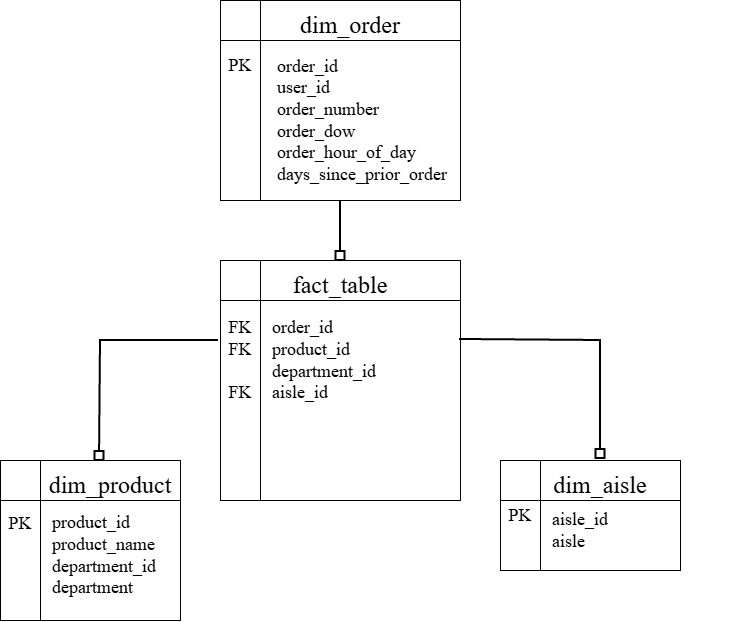
razzelleb/instacart-pipeline keeps this draw.io diagram as star_schema_drawio.png. Above is the earlier version. Source tidied: cells renumbered, new cells last; positions are measured from the earlier drawing's top-left corner, leaving out a move shared by most shapes. The source it was exported from:
```xml
<mxGraphModel>
  <root>
    <mxCell id="0" />
    <mxCell id="1" parent="0" />
    <mxCell id="2" style="shape=internalStorage;whiteSpace=wrap;html=1;backgroundOutline=1;dx=40;dy=40;" parent="1" vertex="1">
      <mxGeometry x="220" y="260" width="240" height="240" as="geometry" />
    </mxCell>
    <mxCell id="3" value="&lt;font style=&quot;font-size: 18px;&quot; face=&quot;Times New Roman&quot;&gt;order_id&lt;/font&gt;&lt;div&gt;&lt;font face=&quot;Times New Roman&quot; style=&quot;font-size: 18px;&quot;&gt;product_id&lt;/font&gt;&lt;/div&gt;&lt;div&gt;&lt;font face=&quot;Times New Roman&quot; style=&quot;font-size: 18px;&quot;&gt;department_id&lt;/font&gt;&lt;/div&gt;&lt;div&gt;&lt;font face=&quot;Times New Roman&quot; style=&quot;font-size: 18px;&quot;&gt;aisle_id&lt;/font&gt;&lt;/div&gt;" style="text;html=1;whiteSpace=wrap;strokeColor=none;fillColor=none;align=left;verticalAlign=middle;rounded=0;" parent="1" vertex="1">
      <mxGeometry x="270" y="310" width="180" height="100" as="geometry" />
    </mxCell>
    <mxCell id="4" style="shape=internalStorage;whiteSpace=wrap;html=1;backgroundOutline=1;dx=40;dy=40;" parent="1" vertex="1">
      <mxGeometry y="460" width="180" height="160" as="geometry" />
    </mxCell>
    <mxCell id="5" value="&lt;div&gt;&lt;font face=&quot;Times New Roman&quot; style=&quot;font-size: 18px;&quot;&gt;product_id&lt;/font&gt;&lt;/div&gt;&lt;div&gt;&lt;font face=&quot;Times New Roman&quot;&gt;&lt;span style=&quot;font-size: 18px;&quot;&gt;product_name&lt;/span&gt;&lt;/font&gt;&lt;/div&gt;&lt;div&gt;&lt;font face=&quot;Times New Roman&quot; style=&quot;font-size: 18px;&quot;&gt;department_id&lt;/font&gt;&lt;/div&gt;&lt;div&gt;&lt;font face=&quot;Times New Roman&quot; style=&quot;font-size: 18px;&quot;&gt;department&lt;/font&gt;&lt;/div&gt;" style="text;html=1;whiteSpace=wrap;strokeColor=none;fillColor=none;align=left;verticalAlign=middle;rounded=0;" parent="1" vertex="1">
      <mxGeometry x="50" y="510" width="180" height="90" as="geometry" />
    </mxCell>
    <mxCell id="6" style="rounded=0;jettySize=auto;html=1;exitX=0.5;exitY=1;exitDx=0;exitDy=0;entryX=0.5;entryY=0;entryDx=0;entryDy=0;strokeColor=default;shape=filledEdge;endArrow=box;endFill=0;strokeWidth=2;" parent="1" edge="1" source="7" target="2">
      <mxGeometry relative="1" as="geometry" />
    </mxCell>
    <mxCell id="7" style="shape=internalStorage;whiteSpace=wrap;html=1;backgroundOutline=1;dx=40;dy=40;" parent="1" vertex="1">
      <mxGeometry x="220" width="240" height="200" as="geometry" />
    </mxCell>
    <mxCell id="8" value="&lt;div&gt;&lt;font face=&quot;Times New Roman&quot;&gt;&lt;span style=&quot;font-size: 18px;&quot;&gt;order_id&lt;/span&gt;&lt;/font&gt;&lt;/div&gt;&lt;font face=&quot;Times New Roman&quot;&gt;&lt;span style=&quot;font-size: 18px;&quot;&gt;user_id&lt;/span&gt;&lt;/font&gt;&lt;br&gt;&lt;div&gt;&lt;font face=&quot;Times New Roman&quot;&gt;&lt;span style=&quot;font-size: 18px;&quot;&gt;order_number&lt;/span&gt;&lt;/font&gt;&lt;/div&gt;&lt;div&gt;&lt;font face=&quot;Times New Roman&quot;&gt;&lt;span style=&quot;font-size: 18px;&quot;&gt;order_dow&lt;/span&gt;&lt;/font&gt;&lt;/div&gt;&lt;div&gt;&lt;font face=&quot;Times New Roman&quot;&gt;&lt;span style=&quot;font-size: 18px;&quot;&gt;order_hour_of_day&lt;/span&gt;&lt;/font&gt;&lt;/div&gt;&lt;div&gt;&lt;font face=&quot;Times New Roman&quot;&gt;&lt;span style=&quot;font-size: 18px;&quot;&gt;days_since_prior_order&lt;/span&gt;&lt;/font&gt;&lt;/div&gt;" style="text;html=1;whiteSpace=wrap;strokeColor=none;fillColor=none;align=left;verticalAlign=middle;rounded=0;" parent="1" vertex="1">
      <mxGeometry x="275" y="50" width="180" height="140" as="geometry" />
    </mxCell>
    <mxCell id="9" style="shape=internalStorage;whiteSpace=wrap;html=1;backgroundOutline=1;dx=40;dy=40;" parent="1" vertex="1">
      <mxGeometry x="500" y="460" width="180" height="110" as="geometry" />
    </mxCell>
    <mxCell id="10" value="&lt;font style=&quot;font-size: 18px;&quot; face=&quot;Times New Roman&quot;&gt;aisle_id&lt;/font&gt;&lt;div&gt;&lt;span style=&quot;font-size: 18px; font-family: &amp;quot;Times New Roman&amp;quot;; background-color: transparent; color: light-dark(rgb(0, 0, 0), rgb(255, 255, 255));&quot;&gt;aisle&lt;/span&gt;&lt;/div&gt;" style="text;html=1;whiteSpace=wrap;strokeColor=none;fillColor=none;align=left;verticalAlign=middle;rounded=0;" parent="1" vertex="1">
      <mxGeometry x="550" y="500" width="180" height="60" as="geometry" />
    </mxCell>
    <mxCell id="11" style="rounded=0;jettySize=auto;html=1;exitX=0.996;exitY=0.329;exitDx=0;exitDy=0;strokeColor=default;shape=filledEdge;endArrow=box;endFill=0;strokeWidth=2;exitPerimeter=0;" parent="1" edge="1" source="2">
      <mxGeometry relative="1" as="geometry">
        <mxPoint x="600.1" y="458" as="targetPoint" />
        <Array as="points">
          <mxPoint x="600" y="340" />
        </Array>
      </mxGeometry>
    </mxCell>
    <mxCell id="12" style="rounded=0;jettySize=auto;html=1;exitX=-0.008;exitY=0.333;exitDx=0;exitDy=0;strokeColor=default;shape=filledEdge;endArrow=box;endFill=0;strokeWidth=2;entryX=0.55;entryY=0;entryDx=0;entryDy=0;entryPerimeter=0;exitPerimeter=0;" parent="1" edge="1" source="2" target="4">
      <mxGeometry relative="1" as="geometry">
        <Array as="points">
          <mxPoint x="100" y="340" />
        </Array>
      </mxGeometry>
    </mxCell>
    <mxCell id="13" value="&lt;font face=&quot;Times New Roman&quot; style=&quot;font-size: 24px;&quot;&gt;fact_table&lt;/font&gt;" style="text;html=1;whiteSpace=wrap;strokeColor=none;fillColor=none;align=center;verticalAlign=middle;rounded=0;" parent="1" vertex="1">
      <mxGeometry x="310" y="270" width="60" height="30" as="geometry" />
    </mxCell>
    <mxCell id="14" value="&lt;font face=&quot;Times New Roman&quot; style=&quot;font-size: 24px;&quot;&gt;dim_product&lt;/font&gt;" style="text;html=1;whiteSpace=wrap;strokeColor=none;fillColor=none;align=center;verticalAlign=middle;rounded=0;" parent="1" vertex="1">
      <mxGeometry x="80" y="470" width="60" height="30" as="geometry" />
    </mxCell>
    <mxCell id="15" value="&lt;font face=&quot;Times New Roman&quot; style=&quot;font-size: 24px;&quot;&gt;dim_aisle&lt;/font&gt;" style="text;html=1;whiteSpace=wrap;strokeColor=none;fillColor=none;align=center;verticalAlign=middle;rounded=0;" parent="1" vertex="1">
      <mxGeometry x="570" y="470" width="60" height="30" as="geometry" />
    </mxCell>
    <mxCell id="16" value="&lt;font face=&quot;Times New Roman&quot; style=&quot;font-size: 24px;&quot;&gt;dim_order&lt;/font&gt;" style="text;html=1;whiteSpace=wrap;strokeColor=none;fillColor=none;align=center;verticalAlign=middle;rounded=0;" parent="1" vertex="1">
      <mxGeometry x="320" y="10" width="60" height="30" as="geometry" />
    </mxCell>
    <mxCell id="17" value="&lt;font face=&quot;Times New Roman&quot;&gt;&lt;span style=&quot;font-size: 18px;&quot;&gt;FK&lt;/span&gt;&lt;/font&gt;&lt;div&gt;&lt;font face=&quot;Times New Roman&quot;&gt;&lt;span style=&quot;font-size: 18px;&quot;&gt;FK&lt;/span&gt;&lt;/font&gt;&lt;/div&gt;&lt;div&gt;&lt;font face=&quot;Times New Roman&quot;&gt;&lt;span style=&quot;font-size: 18px;&quot;&gt;&lt;br&gt;&lt;/span&gt;&lt;/font&gt;&lt;/div&gt;&lt;div&gt;&lt;font face=&quot;Times New Roman&quot;&gt;&lt;span style=&quot;font-size: 18px;&quot;&gt;FK&lt;/span&gt;&lt;/font&gt;&lt;/div&gt;" style="text;html=1;whiteSpace=wrap;strokeColor=none;fillColor=none;align=center;verticalAlign=middle;rounded=0;" parent="1" vertex="1">
      <mxGeometry x="220" y="310" width="40" height="100" as="geometry" />
    </mxCell>
    <mxCell id="18" value="&lt;font face=&quot;Times New Roman&quot; style=&quot;font-size: 18px;&quot;&gt;PK&lt;/font&gt;" style="text;html=1;whiteSpace=wrap;strokeColor=none;fillColor=none;align=center;verticalAlign=middle;rounded=0;" parent="1" vertex="1">
      <mxGeometry y="508" width="40" height="30" as="geometry" />
    </mxCell>
    <mxCell id="19" style="edgeStyle=orthogonalEdgeStyle;rounded=0;orthogonalLoop=1;jettySize=auto;html=1;innerLoopWaypoints=1;exitX=0.5;exitY=1;exitDx=0;exitDy=0;" parent="1" edge="1" source="17" target="17">
      <mxGeometry relative="1" as="geometry" />
    </mxCell>
    <mxCell id="20" value="&lt;font face=&quot;Times New Roman&quot; style=&quot;font-size: 18px;&quot;&gt;PK&lt;/font&gt;" style="text;html=1;whiteSpace=wrap;strokeColor=none;fillColor=none;align=center;verticalAlign=middle;rounded=0;" parent="1" vertex="1">
      <mxGeometry x="220" y="50" width="40" height="30" as="geometry" />
    </mxCell>
    <mxCell id="21" value="&lt;font face=&quot;Times New Roman&quot; style=&quot;font-size: 18px;&quot;&gt;PK&lt;/font&gt;" style="text;html=1;whiteSpace=wrap;strokeColor=none;fillColor=none;align=center;verticalAlign=middle;rounded=0;" parent="1" vertex="1">
      <mxGeometry x="500" y="500" width="40" height="30" as="geometry" />
    </mxCell>
  </root>
</mxGraphModel>
```
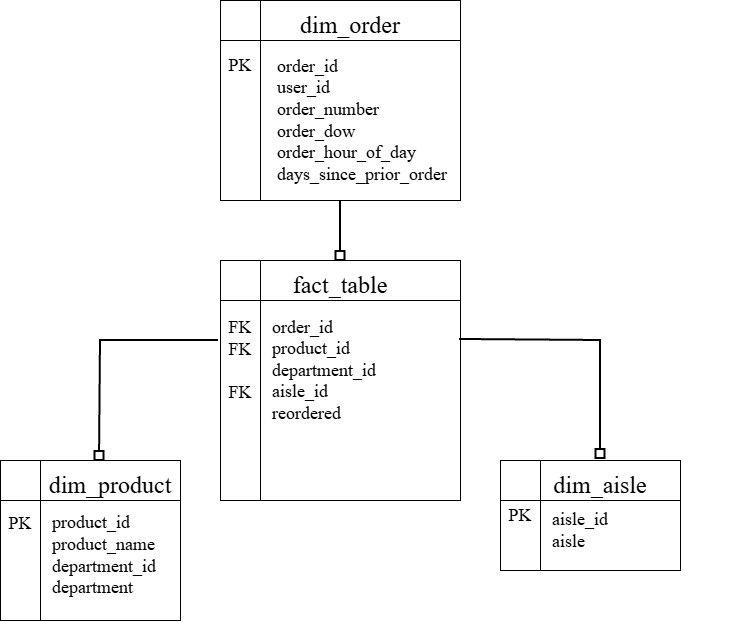
After the change.

Commit message:
Updated Star Schema

Updated Fact Table to align with the revisions

Diff of the diagram source:
```diff
@@ -5,8 +5,8 @@
     <mxCell id="2" style="shape=internalStorage;whiteSpace=wrap;html=1;backgroundOutline=1;dx=40;dy=40;" parent="1" vertex="1">
       <mxGeometry x="220" y="260" width="240" height="240" as="geometry" />
     </mxCell>
-    <mxCell id="3" value="&lt;font style=&quot;font-size: 18px;&quot; face=&quot;Times New Roman&quot;&gt;order_id&lt;/font&gt;&lt;div&gt;&lt;font face=&quot;Times New Roman&quot; style=&quot;font-size: 18px;&quot;&gt;product_id&lt;/font&gt;&lt;/div&gt;&lt;div&gt;&lt;font face=&quot;Times New Roman&quot; style=&quot;font-size: 18px;&quot;&gt;department_id&lt;/font&gt;&lt;/div&gt;&lt;div&gt;&lt;font face=&quot;Times New Roman&quot; style=&quot;font-size: 18px;&quot;&gt;aisle_id&lt;/font&gt;&lt;/div&gt;" style="text;html=1;whiteSpace=wrap;strokeColor=none;fillColor=none;align=left;verticalAlign=middle;rounded=0;" parent="1" vertex="1">
-      <mxGeometry x="270" y="310" width="180" height="100" as="geometry" />
+    <mxCell id="3" value="&lt;font style=&quot;font-size: 18px;&quot; face=&quot;Times New Roman&quot;&gt;order_id&lt;/font&gt;&lt;div&gt;&lt;font face=&quot;Times New Roman&quot; style=&quot;font-size: 18px;&quot;&gt;product_id&lt;/font&gt;&lt;/div&gt;&lt;div&gt;&lt;font face=&quot;Times New Roman&quot; style=&quot;font-size: 18px;&quot;&gt;department_id&lt;/font&gt;&lt;/div&gt;&lt;div&gt;&lt;font face=&quot;Times New Roman&quot; style=&quot;font-size: 18px;&quot;&gt;aisle_id&lt;/font&gt;&lt;/div&gt;&lt;div&gt;&lt;font face=&quot;Times New Roman&quot; style=&quot;font-size: 18px;&quot;&gt;reordered&lt;/font&gt;&lt;/div&gt;" style="text;html=1;whiteSpace=wrap;strokeColor=none;fillColor=none;align=left;verticalAlign=middle;rounded=0;" parent="1" vertex="1">
+      <mxGeometry x="270" y="310" width="180" height="120" as="geometry" />
     </mxCell>
     <mxCell id="4" style="shape=internalStorage;whiteSpace=wrap;html=1;backgroundOutline=1;dx=40;dy=40;" parent="1" vertex="1">
       <mxGeometry y="460" width="180" height="160" as="geometry" />
```
